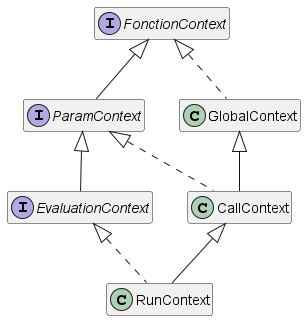
The PlantUML diagram hs/doc/evaluation.png in fg1989/Optimisation, before a commit.
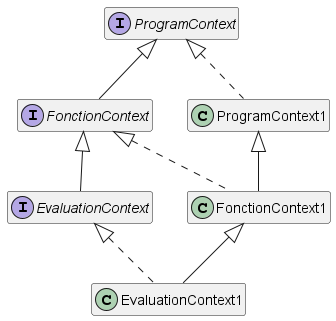
Later version of the same file.

The edit, as a diff of the source:
```diff
@@ -2,12 +2,12 @@
 
 hide empty members
 
-interface FonctionContext
-interface ParamContext implements FonctionContext
-interface EvaluationContext implements ParamContext
+interface ProgramContext
+interface FonctionContext implements ProgramContext
+interface EvaluationContext implements FonctionContext
 
-class GlobalContext implements FonctionContext
-class CallContext extends GlobalContext implements ParamContext
-class RunContext extends CallContext implements EvaluationContext
+class ProgramContext1 implements ProgramContext
+class FonctionContext1 extends ProgramContext1 implements FonctionContext
+class EvaluationContext1 extends FonctionContext1 implements EvaluationContext
 
 @enduml
```
